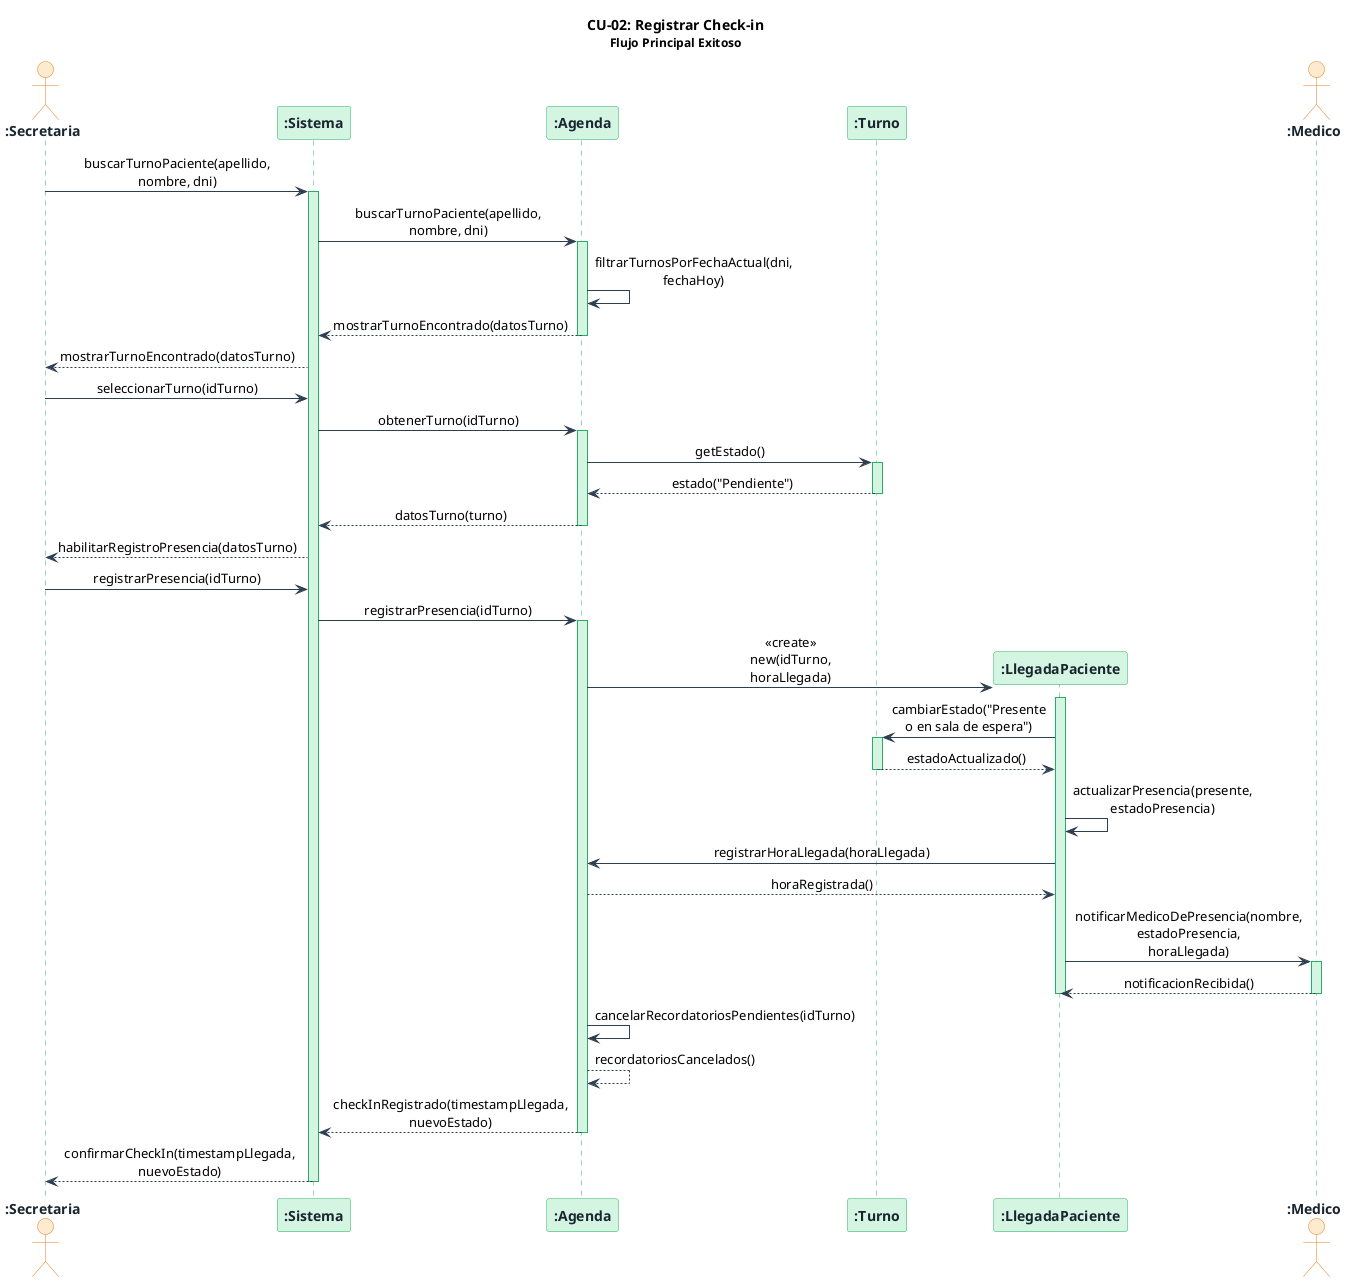
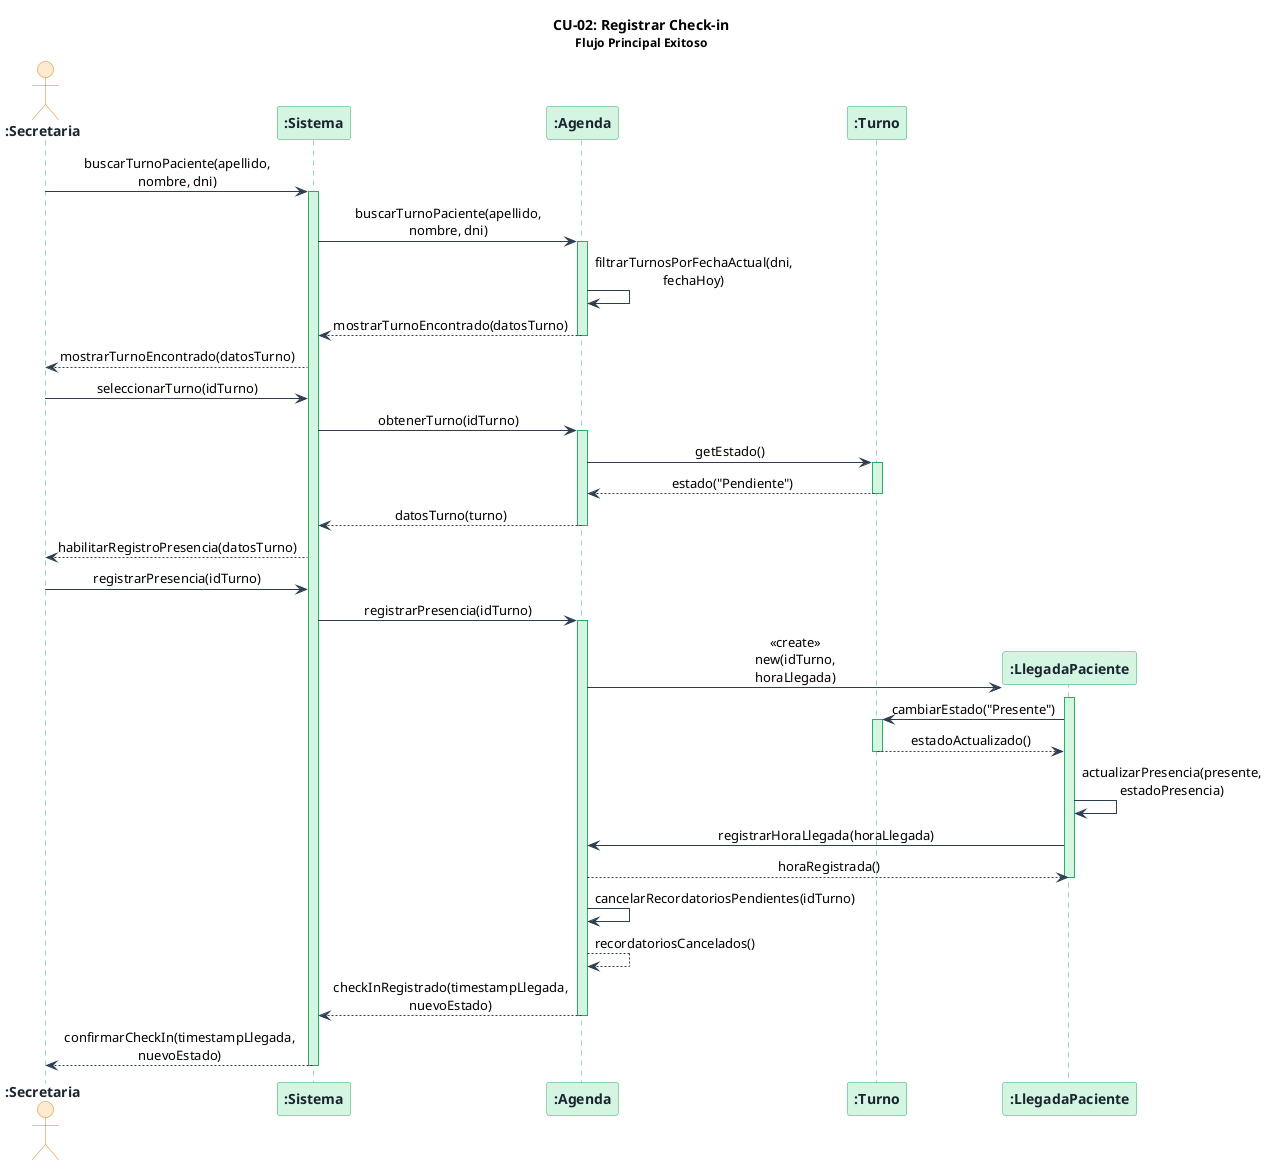
@startuml 05-cu02-registrar-checkin

skinparam sequenceMessageAlign center
skinparam responseMessageBelowArrow true
skinparam maxMessageSize 160
skinparam sequence {
    ArrowColor          #2C3E50
    LifeLineBorderColor #27AE60
    LifeLineBackgroundColor #D5F5E3
    BoxBackgroundColor  #FDFEFE
    BoxBorderColor      #2C3E50
}
skinparam participant {
    BackgroundColor #D5F5E3
    BorderColor     #27AE60
    FontColor       #1A252F
    FontStyle       bold
}
skinparam actor {
    BackgroundColor #FDEBD0
    BorderColor     #E67E22
    FontColor       #1A252F
    FontStyle       bold
}

title **CU-02: Registrar Check-in**\n<size:12>Flujo Principal Exitoso</size>

actor    ":Secretaria"          as secretaria
participant ":Sistema"          as sistema
participant ":Agenda"           as agenda
participant ":Turno"            as turno
participant ":LlegadaPaciente"  as llegadaPaciente
- actor    ":Medico"              as medico

' ── 1. Búsqueda del turno del paciente ─────────────────────────────────────
secretaria  ->  sistema         : buscarTurnoPaciente(apellido, nombre, dni)
activate sistema
sistema     ->  agenda          : buscarTurnoPaciente(apellido, nombre, dni)
activate agenda
agenda      ->  agenda          : filtrarTurnosPorFechaActual(dni, fechaHoy)
agenda      -->  sistema        : mostrarTurnoEncontrado(datosTurno)
deactivate agenda
sistema     -->  secretaria     : mostrarTurnoEncontrado(datosTurno)

' ── 2. Selección y verificación del turno ──────────────────────────────────
secretaria  ->  sistema         : seleccionarTurno(idTurno)
sistema     ->  agenda          : obtenerTurno(idTurno)
activate agenda
agenda      ->  turno           : getEstado()
activate turno
turno       -->  agenda         : estado("Pendiente")
deactivate turno
agenda      -->  sistema        : datosTurno(turno)
deactivate agenda
sistema     -->  secretaria     : habilitarRegistroPresencia(datosTurno)

' ── 3. Registro de presencia y creación de LlegadaPaciente ─────────────────
secretaria  ->  sistema         : registrarPresencia(idTurno)
sistema     ->  agenda          : registrarPresencia(idTurno)
activate agenda

create llegadaPaciente
agenda      ->  llegadaPaciente : <<create>>\nnew(idTurno, horaLlegada)
activate llegadaPaciente

- llegadaPaciente ->  turno       : cambiarEstado("Presente o en sala de espera")
+ llegadaPaciente ->  turno       : cambiarEstado("Presente")
activate turno
turno       -->  llegadaPaciente : estadoActualizado()
deactivate turno

llegadaPaciente ->  llegadaPaciente : actualizarPresencia(presente, estadoPresencia)

llegadaPaciente ->  agenda      : registrarHoraLlegada(horaLlegada)
agenda      -->  llegadaPaciente : horaRegistrada()
- 
- ' ── 4. Notificación al médico (responsabilidad de LlegadaPaciente - CRC) ────
- llegadaPaciente ->  medico      : notificarMedicoDePresencia(nombre, estadoPresencia, horaLlegada)
- activate medico
- medico      -->  llegadaPaciente : notificacionRecibida()
- deactivate medico

deactivate llegadaPaciente

' ── 5. Cancelación de recordatorios pendientes ─────────────────────────────
agenda      ->  agenda          : cancelarRecordatoriosPendientes(idTurno)
agenda      -->  agenda         : recordatoriosCancelados()

agenda      -->  sistema        : checkInRegistrado(timestampLlegada, nuevoEstado)
deactivate agenda

' ── 6. Confirmación a la secretaria ────────────────────────────────────────
sistema     -->  secretaria     : confirmarCheckIn(timestampLlegada, nuevoEstado)
deactivate sistema

@enduml
